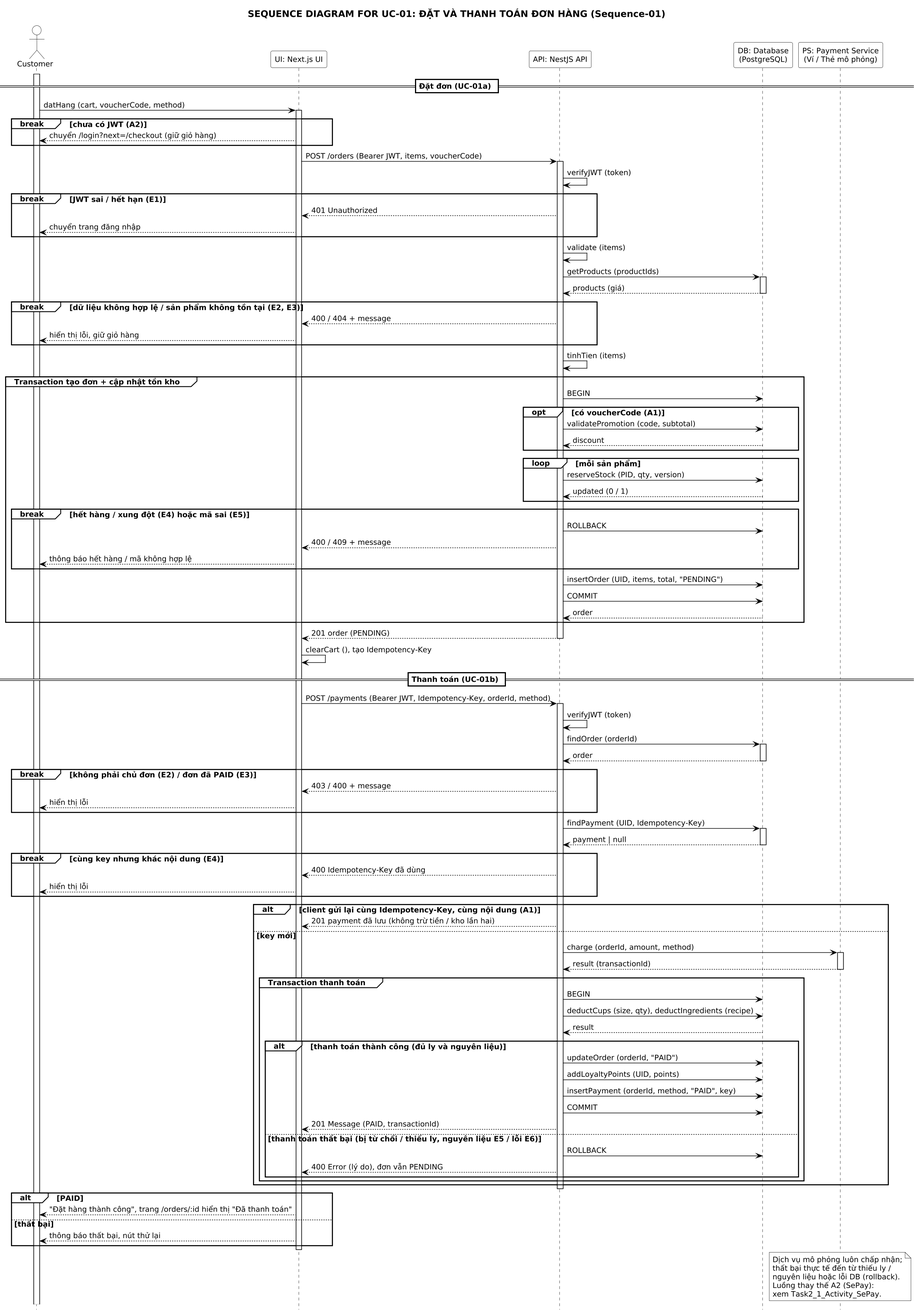
This is docs/diagrams/Task2_2_Sequence.png from Bao3Q/PhucLong, a PlantUML export, as it was before one commit.
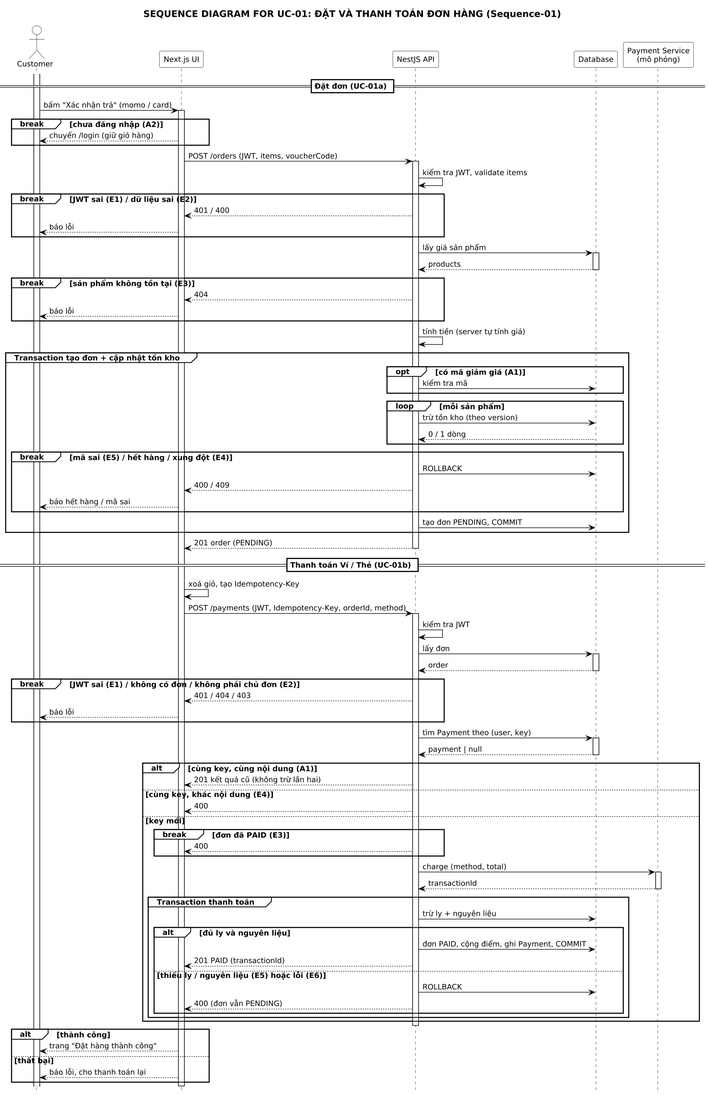
The same diagram one commit later.

The edit, as a diff of the source:
```diff
@@ -3,7 +3,7 @@
 skinparam shadowing false
 skinparam defaultFontName DejaVu Sans
 skinparam defaultFontSize 13
-skinparam dpi 140
+skinparam dpi 130
 skinparam TitleFontSize 16
 skinparam ParticipantBackgroundColor white
 skinparam ParticipantBorderColor black
@@ -18,120 +18,102 @@
 skinparam SequenceDividerBackgroundColor white
 skinparam SequenceDividerBorderColor black
 skinparam SequenceGroupHeaderFontColor black
-skinparam NoteBackgroundColor white
-skinparam NoteBorderColor black
 skinparam sequenceMessageAlign left
 hide footbox
 title SEQUENCE DIAGRAM FOR UC-01: ĐẶT VÀ THANH TOÁN ĐƠN HÀNG (Sequence-01)
 
 actor "Customer" as C
-participant "UI: Next.js UI" as UI
-participant "API: NestJS API" as API
-participant "DB: Database\n(PostgreSQL)" as DB
-participant "PS: Payment Service\n(Ví / Thẻ mô phỏng)" as PS
+participant "Next.js UI" as UI
+participant "NestJS API" as API
+participant "Database" as DB
+participant "Payment Service\n(mô phỏng)" as PS
 
 == Đặt đơn (UC-01a) ==
 activate C
-C -> UI : datHang (cart, voucherCode, method)
+C -> UI : bấm "Xác nhận trả" (momo / card)
 activate UI
-break chưa có JWT (A2)
-  UI --> C : chuyển /login?next=/checkout (giữ giỏ hàng)
+break chưa đăng nhập (A2)
+  UI --> C : chuyển /login (giữ giỏ hàng)
 end
-UI -> API : POST /orders (Bearer JWT, items, voucherCode)
+UI -> API : POST /orders (JWT, items, voucherCode)
 activate API
-API -> API : verifyJWT (token)
-break JWT sai / hết hạn (E1)
-  API --> UI : 401 Unauthorized
-  UI --> C : chuyển trang đăng nhập
+API -> API : kiểm tra JWT, validate items
+break JWT sai (E1) / dữ liệu sai (E2)
+  API --> UI : 401 / 400
+  UI --> C : báo lỗi
 end
-API -> API : validate (items)
-API -> DB : getProducts (productIds)
+API -> DB : lấy giá sản phẩm
 activate DB
-DB --> API : products (giá)
+DB --> API : products
 deactivate DB
-break dữ liệu không hợp lệ / sản phẩm không tồn tại (E2, E3)
-  API --> UI : 400 / 404 + message
-  UI --> C : hiển thị lỗi, giữ giỏ hàng
+break sản phẩm không tồn tại (E3)
+  API --> UI : 404
+  UI --> C : báo lỗi
 end
-API -> API : tinhTien (items)
+API -> API : tính tiền (server tự tính giá)
 group Transaction tạo đơn + cập nhật tồn kho
-  API -> DB : BEGIN
-  opt có voucherCode (A1)
-    API -> DB : validatePromotion (code, subtotal)
-    DB --> API : discount
+  opt có mã giảm giá (A1)
+    API -> DB : kiểm tra mã
   end
   loop mỗi sản phẩm
-    API -> DB : reserveStock (PID, qty, version)
-    DB --> API : updated (0 / 1)
+    API -> DB : trừ tồn kho (theo version)
+    DB --> API : 0 / 1 dòng
   end
-  break hết hàng / xung đột (E4) hoặc mã sai (E5)
+  break mã sai (E5) / hết hàng / xung đột (E4)
     API -> DB : ROLLBACK
-    API --> UI : 400 / 409 + message
-    UI --> C : thông báo hết hàng / mã không hợp lệ
+    API --> UI : 400 / 409
+    UI --> C : báo hết hàng / mã sai
   end
-  API -> DB : insertOrder (UID, items, total, "PENDING")
-  API -> DB : COMMIT
-  DB --> API : order
+  API -> DB : tạo đơn PENDING, COMMIT
 end
 API --> UI : 201 order (PENDING)
 deactivate API
-UI -> UI : clearCart (), tạo Idempotency-Key
 
-== Thanh toán (UC-01b) ==
-UI -> API : POST /payments (Bearer JWT, Idempotency-Key, orderId, method)
+== Thanh toán Ví / Thẻ (UC-01b) ==
+UI -> UI : xoá giỏ, tạo Idempotency-Key
+UI -> API : POST /payments (JWT, Idempotency-Key, orderId, method)
 activate API
-API -> API : verifyJWT (token)
-API -> DB : findOrder (orderId)
+API -> API : kiểm tra JWT
+API -> DB : lấy đơn
 activate DB
 DB --> API : order
 deactivate DB
-break không phải chủ đơn (E2) / đơn đã PAID (E3)
-  API --> UI : 403 / 400 + message
-  UI --> C : hiển thị lỗi
+break JWT sai (E1) / không có đơn / không phải chủ đơn (E2)
+  API --> UI : 401 / 404 / 403
+  UI --> C : báo lỗi
 end
-API -> DB : findPayment (UID, Idempotency-Key)
+API -> DB : tìm Payment theo (user, key)
 activate DB
 DB --> API : payment | null
 deactivate DB
-break cùng key nhưng khác nội dung (E4)
-  API --> UI : 400 Idempotency-Key đã dùng
-  UI --> C : hiển thị lỗi
-end
-alt client gửi lại cùng Idempotency-Key, cùng nội dung (A1)
-  API --> UI : 201 payment đã lưu (không trừ tiền / kho lần hai)
+alt cùng key, cùng nội dung (A1)
+  API --> UI : 201 kết quả cũ (không trừ lần hai)
+else cùng key, khác nội dung (E4)
+  API --> UI : 400
 else key mới
-  API -> PS : charge (orderId, amount, method)
+  break đơn đã PAID (E3)
+    API --> UI : 400
+  end
+  API -> PS : charge (method, total)
   activate PS
-  PS --> API : result (transactionId)
+  PS --> API : transactionId
   deactivate PS
   group Transaction thanh toán
-    API -> DB : BEGIN
-    API -> DB : deductCups (size, qty), deductIngredients (recipe)
-    DB --> API : result
-    alt thanh toán thành công (đủ ly và nguyên liệu)
-      API -> DB : updateOrder (orderId, "PAID")
-      API -> DB : addLoyaltyPoints (UID, points)
-      API -> DB : insertPayment (orderId, method, "PAID", key)
-      API -> DB : COMMIT
-      API --> UI : 201 Message (PAID, transactionId)
-    else thanh toán thất bại (bị từ chối / thiếu ly, nguyên liệu E5 / lỗi E6)
+    API -> DB : trừ ly + nguyên liệu
+    alt đủ ly và nguyên liệu
+      API -> DB : đơn PAID, cộng điểm, ghi Payment, COMMIT
+      API --> UI : 201 PAID (transactionId)
+    else thiếu ly / nguyên liệu (E5) hoặc lỗi (E6)
       API -> DB : ROLLBACK
-      API --> UI : 400 Error (lý do), đơn vẫn PENDING
+      API --> UI : 400 (đơn vẫn PENDING)
     end
   end
 end
 deactivate API
-alt PAID
-  UI --> C : "Đặt hàng thành công", trang /orders/:id hiển thị "Đã thanh toán"
+alt thành công
+  UI --> C : trang "Đặt hàng thành công"
 else thất bại
-  UI --> C : thông báo thất bại, nút thử lại
+  UI --> C : báo lỗi, cho thanh toán lại
 end
 deactivate UI
-note over PS
-  Dịch vụ mô phỏng luôn chấp nhận;
-  thất bại thực tế đến từ thiếu ly /
-  nguyên liệu hoặc lỗi DB (rollback).
-  Luồng thay thế A2 (SePay):
-  xem Task2_1_Activity_SePay.
-end note
 @enduml
```
